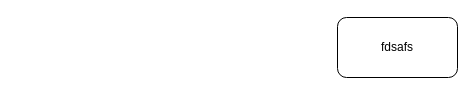
Above: 未命名绘图.drawio in wulinghui/draw-java (draw.io), before the change. Source tidied: cells renumbered, new cells numbered last; positions are measured from the earlier drawing's top-left corner, leaving out a move shared by most shapes. Both pictures are drawn from the tidied source at 100%, with x=0, y=0 at pixel (337, 17).
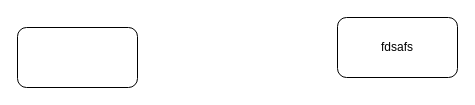
Above is the later version.

Commit message:
更新未命名绘图.drawio

What changed in the source:
```diff
@@
 <mxGraphModel>
   <root>
     <mxCell id="0" />
     <mxCell id="1" parent="0" />
     <mxCell id="2" value="fdsafs" style="rounded=1;whiteSpace=wrap;html=1;" parent="1" vertex="1">
       <mxGeometry width="120" height="60" as="geometry" />
     </mxCell>
+    <mxCell id="3" style="rounded=1;whiteSpace=wrap;html=1;" parent="1" vertex="1">
+      <mxGeometry x="-320" y="10" width="120" height="60" as="geometry" />
+    </mxCell>
   </root>
 </mxGraphModel>
```
